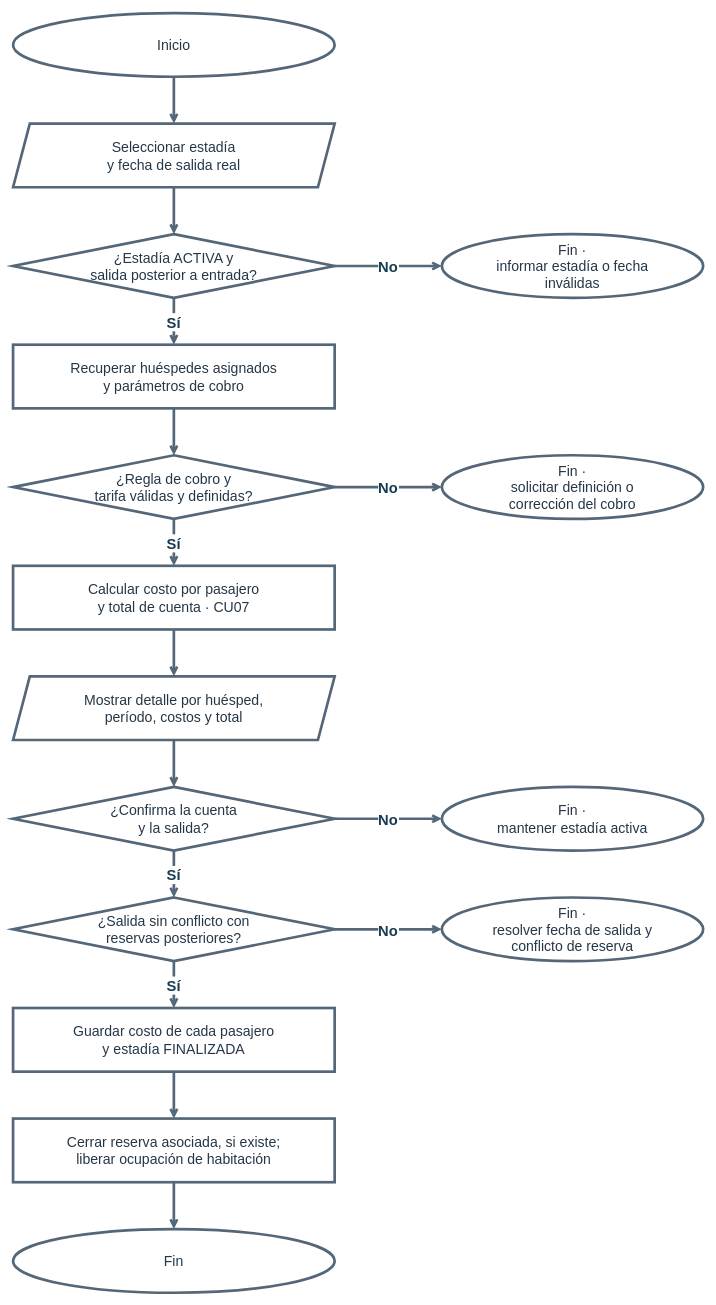
The draw.io diagram diagramas-editables/flujo-check-out.drawio in Yutre3/hotel-duerme-bien, before the edit. Source tidied: cells renumbered, new cells numbered last; positions are measured from the earlier drawing's top-left corner, leaving out a move shared by most shapes. Both pictures are drawn from the tidied source at 67%, with x=0, y=0 at pixel (13, 13).
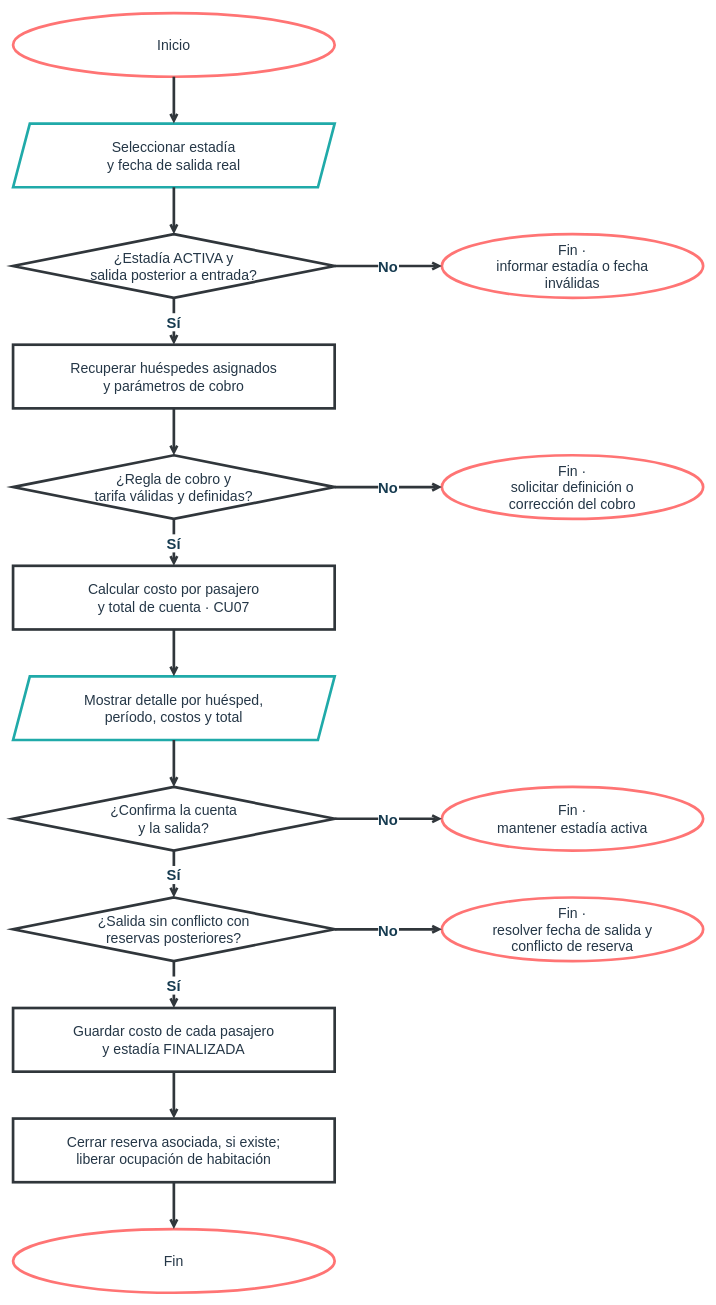
The same page after the edit.

Diff of the diagram source:
```diff
@@
-    <mxCell id="2" value="Inicio" style="ellipse;html=0;whiteSpace=wrap;strokeColor=#546778;strokeWidth=4;fillColor=#ffffff;fontColor=#253747;fontSize=21;" parent="1" vertex="1">
+    <mxCell id="2" value="Inicio" style="ellipse;html=0;whiteSpace=wrap;strokeColor=#ff7474;strokeWidth=4;fillColor=#ffffff;fontColor=#253747;fontSize=21;" parent="1" vertex="1">
       <mxGeometry width="480" height="95" as="geometry" />
     </mxCell>
-    <mxCell id="3" value="Seleccionar estadía&#10;y fecha de salida real" style="shape=parallelogram;fixedSize=1;size=25;html=0;whiteSpace=wrap;strokeColor=#546778;strokeWidth=4;fillColor=#ffffff;fontColor=#253747;fontSize=21;" parent="1" vertex="1">
+    <mxCell id="3" value="Seleccionar estadía&#10;y fecha de salida real" style="shape=parallelogram;fixedSize=1;size=25;html=0;whiteSpace=wrap;strokeColor=#20aaa9;strokeWidth=4;fillColor=#ffffff;fontColor=#253747;fontSize=21;" parent="1" vertex="1">
       <mxGeometry y="165" width="480" height="95" as="geometry" />
     </mxCell>
-    <mxCell id="4" value="¿Estadía ACTIVA y&#10;salida posterior a entrada?" style="rhombus;html=0;whiteSpace=wrap;strokeColor=#546778;strokeWidth=4;fillColor=#ffffff;fontColor=#253747;fontSize=21;" parent="1" vertex="1">
+    <mxCell id="4" value="¿Estadía ACTIVA y&#10;salida posterior a entrada?" style="rhombus;html=0;whiteSpace=wrap;strokeColor=#30363b;strokeWidth=4;fillColor=#ffffff;fontColor=#253747;fontSize=21;" parent="1" vertex="1">
       <mxGeometry y="330" width="480" height="95" as="geometry" />
     </mxCell>
-    <mxCell id="5" value="Recuperar huéspedes asignados&#10;y parámetros de cobro" style="rounded=0;html=0;whiteSpace=wrap;strokeColor=#546778;strokeWidth=4;fillColor=#ffffff;fontColor=#253747;fontSize=21;" parent="1" vertex="1">
+    <mxCell id="5" value="Recuperar huéspedes asignados&#10;y parámetros de cobro" style="rounded=0;html=0;whiteSpace=wrap;strokeColor=#30363b;strokeWidth=4;fillColor=#ffffff;fontColor=#253747;fontSize=21;" parent="1" vertex="1">
       <mxGeometry y="495" width="480" height="95" as="geometry" />
     </mxCell>
-    <mxCell id="6" value="¿Regla de cobro y&#10;tarifa válidas y definidas?" style="rhombus;html=0;whiteSpace=wrap;strokeColor=#546778;strokeWidth=4;fillColor=#ffffff;fontColor=#253747;fontSize=21;" parent="1" vertex="1">
+    <mxCell id="6" value="¿Regla de cobro y&#10;tarifa válidas y definidas?" style="rhombus;html=0;whiteSpace=wrap;strokeColor=#30363b;strokeWidth=4;fillColor=#ffffff;fontColor=#253747;fontSize=21;" parent="1" vertex="1">
       <mxGeometry y="660" width="480" height="95" as="geometry" />
     </mxCell>
-    <mxCell id="7" value="Calcular costo por pasajero&#10;y total de cuenta · CU07" style="rounded=0;html=0;whiteSpace=wrap;strokeColor=#546778;strokeWidth=4;fillColor=#ffffff;fontColor=#253747;fontSize=21;" parent="1" vertex="1">
+    <mxCell id="7" value="Calcular costo por pasajero&#10;y total de cuenta · CU07" style="rounded=0;html=0;whiteSpace=wrap;strokeColor=#30363b;strokeWidth=4;fillColor=#ffffff;fontColor=#253747;fontSize=21;" parent="1" vertex="1">
       <mxGeometry y="825" width="480" height="95" as="geometry" />
     </mxCell>
-    <mxCell id="8" value="Mostrar detalle por huésped,&#10;período, costos y total" style="shape=parallelogram;fixedSize=1;size=25;html=0;whiteSpace=wrap;strokeColor=#546778;strokeWidth=4;fillColor=#ffffff;fontColor=#253747;fontSize=21;" parent="1" vertex="1">
+    <mxCell id="8" value="Mostrar detalle por huésped,&#10;período, costos y total" style="shape=parallelogram;fixedSize=1;size=25;html=0;whiteSpace=wrap;strokeColor=#20aaa9;strokeWidth=4;fillColor=#ffffff;fontColor=#253747;fontSize=21;" parent="1" vertex="1">
       <mxGeometry y="990" width="480" height="95" as="geometry" />
     </mxCell>
-    <mxCell id="9" value="¿Confirma la cuenta&#10;y la salida?" style="rhombus;html=0;whiteSpace=wrap;strokeColor=#546778;strokeWidth=4;fillColor=#ffffff;fontColor=#253747;fontSize=21;" parent="1" vertex="1">
+    <mxCell id="9" value="¿Confirma la cuenta&#10;y la salida?" style="rhombus;html=0;whiteSpace=wrap;strokeColor=#30363b;strokeWidth=4;fillColor=#ffffff;fontColor=#253747;fontSize=21;" parent="1" vertex="1">
       <mxGeometry y="1155" width="480" height="95" as="geometry" />
     </mxCell>
-    <mxCell id="10" value="¿Salida sin conflicto con&#10;reservas posteriores?" style="rhombus;html=0;whiteSpace=wrap;strokeColor=#546778;strokeWidth=4;fillColor=#ffffff;fontColor=#253747;fontSize=21;" parent="1" vertex="1">
+    <mxCell id="10" value="¿Salida sin conflicto con&#10;reservas posteriores?" style="rhombus;html=0;whiteSpace=wrap;strokeColor=#30363b;strokeWidth=4;fillColor=#ffffff;fontColor=#253747;fontSize=21;" parent="1" vertex="1">
       <mxGeometry y="1320" width="480" height="95" as="geometry" />
     </mxCell>
-    <mxCell id="11" value="Guardar costo de cada pasajero&#10;y estadía FINALIZADA" style="rounded=0;html=0;whiteSpace=wrap;strokeColor=#546778;strokeWidth=4;fillColor=#ffffff;fontColor=#253747;fontSize=21;" parent="1" vertex="1">
+    <mxCell id="11" value="Guardar costo de cada pasajero&#10;y estadía FINALIZADA" style="rounded=0;html=0;whiteSpace=wrap;strokeColor=#30363b;strokeWidth=4;fillColor=#ffffff;fontColor=#253747;fontSize=21;" parent="1" vertex="1">
       <mxGeometry y="1485" width="480" height="95" as="geometry" />
     </mxCell>
-    <mxCell id="12" value="Cerrar reserva asociada, si existe;&#10;liberar ocupación de habitación" style="rounded=0;html=0;whiteSpace=wrap;strokeColor=#546778;strokeWidth=4;fillColor=#ffffff;fontColor=#253747;fontSize=21;" parent="1" vertex="1">
+    <mxCell id="12" value="Cerrar reserva asociada, si existe;&#10;liberar ocupación de habitación" style="rounded=0;html=0;whiteSpace=wrap;strokeColor=#30363b;strokeWidth=4;fillColor=#ffffff;fontColor=#253747;fontSize=21;" parent="1" vertex="1">
       <mxGeometry y="1650" width="480" height="95" as="geometry" />
     </mxCell>
-    <mxCell id="13" value="Fin" style="ellipse;html=0;whiteSpace=wrap;strokeColor=#546778;strokeWidth=4;fillColor=#ffffff;fontColor=#253747;fontSize=21;" parent="1" vertex="1">
+    <mxCell id="13" value="Fin" style="ellipse;html=0;whiteSpace=wrap;strokeColor=#ff7474;strokeWidth=4;fillColor=#ffffff;fontColor=#253747;fontSize=21;" parent="1" vertex="1">
       <mxGeometry y="1815" width="480" height="95" as="geometry" />
     </mxCell>
-    <mxCell id="14" value="Fin ·&#10;informar estadía o fecha&#10;inválidas" style="ellipse;html=0;whiteSpace=wrap;strokeColor=#546778;strokeWidth=4;fillColor=#ffffff;fontColor=#253747;fontSize=21;" parent="1" vertex="1">
+    <mxCell id="14" value="Fin ·&#10;informar estadía o fecha&#10;inválidas" style="ellipse;html=0;whiteSpace=wrap;strokeColor=#ff7474;strokeWidth=4;fillColor=#ffffff;fontColor=#253747;fontSize=21;" parent="1" vertex="1">
       <mxGeometry x="640" y="330" width="390" height="95" as="geometry" />
     </mxCell>
-    <mxCell id="15" value="Fin ·&#10;solicitar definición o&#10;corrección del cobro" style="ellipse;html=0;whiteSpace=wrap;strokeColor=#546778;strokeWidth=4;fillColor=#ffffff;fontColor=#253747;fontSize=21;" parent="1" vertex="1">
+    <mxCell id="15" value="Fin ·&#10;solicitar definición o&#10;corrección del cobro" style="ellipse;html=0;whiteSpace=wrap;strokeColor=#ff7474;strokeWidth=4;fillColor=#ffffff;fontColor=#253747;fontSize=21;" parent="1" vertex="1">
       <mxGeometry x="640" y="660" width="390" height="95" as="geometry" />
     </mxCell>
-    <mxCell id="16" value="Fin ·&#10;mantener estadía activa" style="ellipse;html=0;whiteSpace=wrap;strokeColor=#546778;strokeWidth=4;fillColor=#ffffff;fontColor=#253747;fontSize=21;" parent="1" vertex="1">
+    <mxCell id="16" value="Fin ·&#10;mantener estadía activa" style="ellipse;html=0;whiteSpace=wrap;strokeColor=#ff7474;strokeWidth=4;fillColor=#ffffff;fontColor=#253747;fontSize=21;" parent="1" vertex="1">
       <mxGeometry x="640" y="1155" width="390" height="95" as="geometry" />
     </mxCell>
-    <mxCell id="17" value="Fin ·&#10;resolver fecha de salida y&#10;conflicto de reserva" style="ellipse;html=0;whiteSpace=wrap;strokeColor=#546778;strokeWidth=4;fillColor=#ffffff;fontColor=#253747;fontSize=21;" parent="1" vertex="1">
+    <mxCell id="17" value="Fin ·&#10;resolver fecha de salida y&#10;conflicto de reserva" style="ellipse;html=0;whiteSpace=wrap;strokeColor=#ff7474;strokeWidth=4;fillColor=#ffffff;fontColor=#253747;fontSize=21;" parent="1" vertex="1">
       <mxGeometry x="640" y="1320" width="390" height="95" as="geometry" />
     </mxCell>
-    <mxCell id="18" style="html=0;edgeStyle=orthogonalEdgeStyle;jettySize=32;rounded=0;strokeWidth=4;strokeColor=#546778;fontSize=22;fontStyle=1;fontColor=#163b50;labelBackgroundColor=#ffffff;endArrow=open;endFill=0;startArrow=none;startFill=0;exitX=0.5;exitY=1;exitPerimeter=0;entryX=0.5;entryY=0;entryPerimeter=0;" parent="1" edge="1" source="2" target="3">
+    <mxCell id="18" style="html=0;edgeStyle=orthogonalEdgeStyle;jettySize=32;rounded=0;strokeWidth=4;strokeColor=#30363b;fontSize=22;fontStyle=1;fontColor=#163b50;labelBackgroundColor=#ffffff;endArrow=open;endFill=0;startArrow=none;startFill=0;exitX=0.5;exitY=1;exitPerimeter=0;entryX=0.5;entryY=0;entryPerimeter=0;" parent="1" edge="1" source="2" target="3">
       <mxGeometry relative="1" as="geometry" />
     </mxCell>
-    <mxCell id="19" style="html=0;edgeStyle=orthogonalEdgeStyle;jettySize=32;rounded=0;strokeWidth=4;strokeColor=#546778;fontSize=22;fontStyle=1;fontColor=#163b50;labelBackgroundColor=#ffffff;endArrow=open;endFill=0;startArrow=none;startFill=0;exitX=0.5;exitY=1;exitPerimeter=0;entryX=0.5;entryY=0;entryPerimeter=0;" parent="1" edge="1" source="3" target="4">
+    <mxCell id="19" style="html=0;edgeStyle=orthogonalEdgeStyle;jettySize=32;rounded=0;strokeWidth=4;strokeColor=#30363b;fontSize=22;fontStyle=1;fontColor=#163b50;labelBackgroundColor=#ffffff;endArrow=open;endFill=0;startArrow=none;startFill=0;exitX=0.5;exitY=1;exitPerimeter=0;entryX=0.5;entryY=0;entryPerimeter=0;" parent="1" edge="1" source="3" target="4">
       <mxGeometry relative="1" as="geometry" />
     </mxCell>
-    <mxCell id="20" value="Sí" style="html=0;edgeStyle=orthogonalEdgeStyle;jettySize=32;rounded=0;strokeWidth=4;strokeColor=#546778;fontSize=22;fontStyle=1;fontColor=#163b50;labelBackgroundColor=#ffffff;endArrow=open;endFill=0;startArrow=none;startFill=0;exitX=0.5;exitY=1;exitPerimeter=0;entryX=0.5;entryY=0;entryPerimeter=0;" parent="1" edge="1" source="4" target="5">
+    <mxCell id="20" value="Sí" style="html=0;edgeStyle=orthogonalEdgeStyle;jettySize=32;rounded=0;strokeWidth=4;strokeColor=#30363b;fontSize=22;fontStyle=1;fontColor=#163b50;labelBackgroundColor=#ffffff;endArrow=open;endFill=0;startArrow=none;startFill=0;exitX=0.5;exitY=1;exitPerimeter=0;entryX=0.5;entryY=0;entryPerimeter=0;" parent="1" edge="1" source="4" target="5">
       <mxGeometry relative="1" as="geometry" />
     </mxCell>
-    <mxCell id="21" style="html=0;edgeStyle=orthogonalEdgeStyle;jettySize=32;rounded=0;strokeWidth=4;strokeColor=#546778;fontSize=22;fontStyle=1;fontColor=#163b50;labelBackgroundColor=#ffffff;endArrow=open;endFill=0;startArrow=none;startFill=0;exitX=0.5;exitY=1;exitPerimeter=0;entryX=0.5;entryY=0;entryPerimeter=0;" parent="1" edge="1" source="5" target="6">
+    <mxCell id="21" style="html=0;edgeStyle=orthogonalEdgeStyle;jettySize=32;rounded=0;strokeWidth=4;strokeColor=#30363b;fontSize=22;fontStyle=1;fontColor=#163b50;labelBackgroundColor=#ffffff;endArrow=open;endFill=0;startArrow=none;startFill=0;exitX=0.5;exitY=1;exitPerimeter=0;entryX=0.5;entryY=0;entryPerimeter=0;" parent="1" edge="1" source="5" target="6">
       <mxGeometry relative="1" as="geometry" />
     </mxCell>
-    <mxCell id="22" value="Sí" style="html=0;edgeStyle=orthogonalEdgeStyle;jettySize=32;rounded=0;strokeWidth=4;strokeColor=#546778;fontSize=22;fontStyle=1;fontColor=#163b50;labelBackgroundColor=#ffffff;endArrow=open;endFill=0;startArrow=none;startFill=0;exitX=0.5;exitY=1;exitPerimeter=0;entryX=0.5;entryY=0;entryPerimeter=0;" parent="1" edge="1" source="6" target="7">
+    <mxCell id="22" value="Sí" style="html=0;edgeStyle=orthogonalEdgeStyle;jettySize=32;rounded=0;strokeWidth=4;strokeColor=#30363b;fontSize=22;fontStyle=1;fontColor=#163b50;labelBackgroundColor=#ffffff;endArrow=open;endFill=0;startArrow=none;startFill=0;exitX=0.5;exitY=1;exitPerimeter=0;entryX=0.5;entryY=0;entryPerimeter=0;" parent="1" edge="1" source="6" target="7">
       <mxGeometry relative="1" as="geometry" />
     </mxCell>
-    <mxCell id="23" style="html=0;edgeStyle=orthogonalEdgeStyle;jettySize=32;rounded=0;strokeWidth=4;strokeColor=#546778;fontSize=22;fontStyle=1;fontColor=#163b50;labelBackgroundColor=#ffffff;endArrow=open;endFill=0;startArrow=none;startFill=0;exitX=0.5;exitY=1;exitPerimeter=0;entryX=0.5;entryY=0;entryPerimeter=0;" parent="1" edge="1" source="7" target="8">
+    <mxCell id="23" style="html=0;edgeStyle=orthogonalEdgeStyle;jettySize=32;rounded=0;strokeWidth=4;strokeColor=#30363b;fontSize=22;fontStyle=1;fontColor=#163b50;labelBackgroundColor=#ffffff;endArrow=open;endFill=0;startArrow=none;startFill=0;exitX=0.5;exitY=1;exitPerimeter=0;entryX=0.5;entryY=0;entryPerimeter=0;" parent="1" edge="1" source="7" target="8">
       <mxGeometry relative="1" as="geometry" />
     </mxCell>
-    <mxCell id="24" style="html=0;edgeStyle=orthogonalEdgeStyle;jettySize=32;rounded=0;strokeWidth=4;strokeColor=#546778;fontSize=22;fontStyle=1;fontColor=#163b50;labelBackgroundColor=#ffffff;endArrow=open;endFill=0;startArrow=none;startFill=0;exitX=0.5;exitY=1;exitPerimeter=0;entryX=0.5;entryY=0;entryPerimeter=0;" parent="1" edge="1" source="8" target="9">
+    <mxCell id="24" style="html=0;edgeStyle=orthogonalEdgeStyle;jettySize=32;rounded=0;strokeWidth=4;strokeColor=#30363b;fontSize=22;fontStyle=1;fontColor=#163b50;labelBackgroundColor=#ffffff;endArrow=open;endFill=0;startArrow=none;startFill=0;exitX=0.5;exitY=1;exitPerimeter=0;entryX=0.5;entryY=0;entryPerimeter=0;" parent="1" edge="1" source="8" target="9">
       <mxGeometry relative="1" as="geometry" />
     </mxCell>
-    <mxCell id="25" value="Sí" style="html=0;edgeStyle=orthogonalEdgeStyle;jettySize=32;rounded=0;strokeWidth=4;strokeColor=#546778;fontSize=22;fontStyle=1;fontColor=#163b50;labelBackgroundColor=#ffffff;endArrow=open;endFill=0;startArrow=none;startFill=0;exitX=0.5;exitY=1;exitPerimeter=0;entryX=0.5;entryY=0;entryPerimeter=0;" parent="1" edge="1" source="9" target="10">
+    <mxCell id="25" value="Sí" style="html=0;edgeStyle=orthogonalEdgeStyle;jettySize=32;rounded=0;strokeWidth=4;strokeColor=#30363b;fontSize=22;fontStyle=1;fontColor=#163b50;labelBackgroundColor=#ffffff;endArrow=open;endFill=0;startArrow=none;startFill=0;exitX=0.5;exitY=1;exitPerimeter=0;entryX=0.5;entryY=0;entryPerimeter=0;" parent="1" edge="1" source="9" target="10">
       <mxGeometry relative="1" as="geometry" />
     </mxCell>
-    <mxCell id="26" value="Sí" style="html=0;edgeStyle=orthogonalEdgeStyle;jettySize=32;rounded=0;strokeWidth=4;strokeColor=#546778;fontSize=22;fontStyle=1;fontColor=#163b50;labelBackgroundColor=#ffffff;endArrow=open;endFill=0;startArrow=none;startFill=0;exitX=0.5;exitY=1;exitPerimeter=0;entryX=0.5;entryY=0;entryPerimeter=0;" parent="1" edge="1" source="10" target="11">
+    <mxCell id="26" value="Sí" style="html=0;edgeStyle=orthogonalEdgeStyle;jettySize=32;rounded=0;strokeWidth=4;strokeColor=#30363b;fontSize=22;fontStyle=1;fontColor=#163b50;labelBackgroundColor=#ffffff;endArrow=open;endFill=0;startArrow=none;startFill=0;exitX=0.5;exitY=1;exitPerimeter=0;entryX=0.5;entryY=0;entryPerimeter=0;" parent="1" edge="1" source="10" target="11">
       <mxGeometry relative="1" as="geometry" />
     </mxCell>
-    <mxCell id="27" style="html=0;edgeStyle=orthogonalEdgeStyle;jettySize=32;rounded=0;strokeWidth=4;strokeColor=#546778;fontSize=22;fontStyle=1;fontColor=#163b50;labelBackgroundColor=#ffffff;endArrow=open;endFill=0;startArrow=none;startFill=0;exitX=0.5;exitY=1;exitPerimeter=0;entryX=0.5;entryY=0;entryPerimeter=0;" parent="1" edge="1" source="11" target="12">
+    <mxCell id="27" style="html=0;edgeStyle=orthogonalEdgeStyle;jettySize=32;rounded=0;strokeWidth=4;strokeColor=#30363b;fontSize=22;fontStyle=1;fontColor=#163b50;labelBackgroundColor=#ffffff;endArrow=open;endFill=0;startArrow=none;startFill=0;exitX=0.5;exitY=1;exitPerimeter=0;entryX=0.5;entryY=0;entryPerimeter=0;" parent="1" edge="1" source="11" target="12">
       <mxGeometry relative="1" as="geometry" />
     </mxCell>
-    <mxCell id="28" style="html=0;edgeStyle=orthogonalEdgeStyle;jettySize=32;rounded=0;strokeWidth=4;strokeColor=#546778;fontSize=22;fontStyle=1;fontColor=#163b50;labelBackgroundColor=#ffffff;endArrow=open;endFill=0;startArrow=none;startFill=0;exitX=0.5;exitY=1;exitPerimeter=0;entryX=0.5;entryY=0;entryPerimeter=0;" parent="1" edge="1" source="12" target="13">
+    <mxCell id="28" style="html=0;edgeStyle=orthogonalEdgeStyle;jettySize=32;rounded=0;strokeWidth=4;strokeColor=#30363b;fontSize=22;fontStyle=1;fontColor=#163b50;labelBackgroundColor=#ffffff;endArrow=open;endFill=0;startArrow=none;startFill=0;exitX=0.5;exitY=1;exitPerimeter=0;entryX=0.5;entryY=0;entryPerimeter=0;" parent="1" edge="1" source="12" target="13">
       <mxGeometry relative="1" as="geometry" />
     </mxCell>
-    <mxCell id="29" value="No" style="html=0;edgeStyle=orthogonalEdgeStyle;jettySize=32;rounded=0;strokeWidth=4;strokeColor=#546778;fontSize=22;fontStyle=1;fontColor=#163b50;labelBackgroundColor=#ffffff;endArrow=open;endFill=0;startArrow=none;startFill=0;exitX=1;exitY=0.5;exitPerimeter=0;entryX=0;entryY=0.5;entryPerimeter=0;" parent="1" edge="1" source="4" target="14">
+    <mxCell id="29" value="No" style="html=0;edgeStyle=orthogonalEdgeStyle;jettySize=32;rounded=0;strokeWidth=4;strokeColor=#30363b;fontSize=22;fontStyle=1;fontColor=#163b50;labelBackgroundColor=#ffffff;endArrow=open;endFill=0;startArrow=none;startFill=0;exitX=1;exitY=0.5;exitPerimeter=0;entryX=0;entryY=0.5;entryPerimeter=0;" parent="1" edge="1" source="4" target="14">
       <mxGeometry relative="1" as="geometry" />
     </mxCell>
-    <mxCell id="30" value="No" style="html=0;edgeStyle=orthogonalEdgeStyle;jettySize=32;rounded=0;strokeWidth=4;strokeColor=#546778;fontSize=22;fontStyle=1;fontColor=#163b50;labelBackgroundColor=#ffffff;endArrow=open;endFill=0;startArrow=none;startFill=0;exitX=1;exitY=0.5;exitPerimeter=0;entryX=0;entryY=0.5;entryPerimeter=0;" parent="1" edge="1" source="6" target="15">
+    <mxCell id="30" value="No" style="html=0;edgeStyle=orthogonalEdgeStyle;jettySize=32;rounded=0;strokeWidth=4;strokeColor=#30363b;fontSize=22;fontStyle=1;fontColor=#163b50;labelBackgroundColor=#ffffff;endArrow=open;endFill=0;startArrow=none;startFill=0;exitX=1;exitY=0.5;exitPerimeter=0;entryX=0;entryY=0.5;entryPerimeter=0;" parent="1" edge="1" source="6" target="15">
       <mxGeometry relative="1" as="geometry" />
     </mxCell>
-    <mxCell id="31" value="No" style="html=0;edgeStyle=orthogonalEdgeStyle;jettySize=32;rounded=0;strokeWidth=4;strokeColor=#546778;fontSize=22;fontStyle=1;fontColor=#163b50;labelBackgroundColor=#ffffff;endArrow=open;endFill=0;startArrow=none;startFill=0;exitX=1;exitY=0.5;exitPerimeter=0;entryX=0;entryY=0.5;entryPerimeter=0;" parent="1" edge="1" source="9" target="16">
+    <mxCell id="31" value="No" style="html=0;edgeStyle=orthogonalEdgeStyle;jettySize=32;rounded=0;strokeWidth=4;strokeColor=#30363b;fontSize=22;fontStyle=1;fontColor=#163b50;labelBackgroundColor=#ffffff;endArrow=open;endFill=0;startArrow=none;startFill=0;exitX=1;exitY=0.5;exitPerimeter=0;entryX=0;entryY=0.5;entryPerimeter=0;" parent="1" edge="1" source="9" target="16">
       <mxGeometry relative="1" as="geometry" />
     </mxCell>
-    <mxCell id="32" value="No" style="html=0;edgeStyle=orthogonalEdgeStyle;jettySize=32;rounded=0;strokeWidth=4;strokeColor=#546778;fontSize=22;fontStyle=1;fontColor=#163b50;labelBackgroundColor=#ffffff;endArrow=open;endFill=0;startArrow=none;startFill=0;exitX=1;exitY=0.5;exitPerimeter=0;entryX=0;entryY=0.5;entryPerimeter=0;" parent="1" edge="1" source="10" target="17">
+    <mxCell id="32" value="No" style="html=0;edgeStyle=orthogonalEdgeStyle;jettySize=32;rounded=0;strokeWidth=4;strokeColor=#30363b;fontSize=22;fontStyle=1;fontColor=#163b50;labelBackgroundColor=#ffffff;endArrow=open;endFill=0;startArrow=none;startFill=0;exitX=1;exitY=0.5;exitPerimeter=0;entryX=0;entryY=0.5;entryPerimeter=0;" parent="1" edge="1" source="10" target="17">
       <mxGeometry relative="1" as="geometry" />
     </mxCell>
```
